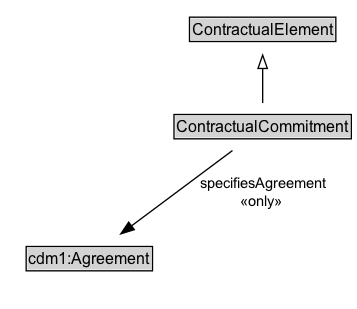
The Graphviz diagram docs/diagrams/ContractualCommitment.dot.png in ISO-TC204/ontology-cdm-p2-v1, before a commit. Its source is kept beside it as docs/diagrams/ContractualCommitment.dot.
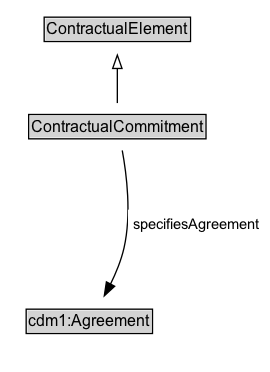
The same diagram one commit later.

Diff of the diagram source:
```diff
@@ -3,18 +3,21 @@
 	node [fontname=Arial fontsize=12 margin=0 shape=none]
 	edge [fontname=Arial fontsize=11]
 	{
+		rank=source
+		ContractualElement [label=<<TABLE BORDER="1" CELLBORDER="0" CELLSPACING="0" CELLPADDING="1"><TR><TD BGCOLOR="lightgray" ALIGN="CENTER">ContractualElement</TD></TR></TABLE>> URL="../ContractualElement" margin=0]
+	}
+	ContractualCommitment [label=<<TABLE BORDER="1" CELLBORDER="0" CELLSPACING="0" CELLPADDING="1"><TR><TD BGCOLOR="lightgray" ALIGN="CENTER">ContractualCommitment</TD></TR></TABLE>> URL="../ContractualCommitment" margin=0]
+	{
 		rank=max
-		ContractualCommitment [label=<<TABLE BORDER="1" CELLBORDER="0" CELLSPACING="0" CELLPADDING="1"><TR><TD BGCOLOR="lightgray" ALIGN="CENTER" PORT="e">ContractualCommitment</TD></TR></TABLE>> URL="../ContractualCommitment.md" margin=0]
 	}
 	subgraph cluster_associated {
 		label="" style=invis
 		Invis [label=<<TABLE BORDER="0" CELLBORDER="0" CELLSPACING="0" CELLPADDING="1"><TR><TD></TD></TR></TABLE>> margin=0 style=invis]
-		cdm1_Agreement [label=<<TABLE BORDER="1" CELLBORDER="0" CELLSPACING="0" CELLPADDING="1"><TR><TD BGCOLOR="lightgray" ALIGN="CENTER">cdm1:Agreement</TD></TR></TABLE>> margin=0]
+		cdm1_Agreement [label=<<TABLE BORDER="1" CELLBORDER="0" CELLSPACING="0" CELLPADDING="1"><TR><TD BGCOLOR="lightgray" ALIGN="CENTER">cdm1:Agreement</TD></TR></TABLE>> URL="https://w3id.org/citydata/part1/v1/Agreement" margin=0]
 	}
-	ContractualElement [label=<<TABLE BORDER="1" CELLBORDER="0" CELLSPACING="0" CELLPADDING="1"><TR><TD BGCOLOR="lightgray" ALIGN="CENTER">ContractualElement</TD></TR></TABLE>> URL="../ContractualElement.md" margin=0]
 	ContractualCommitment -> ContractualElement [arrowhead=onormal style=solid]
 	ContractualCommitment -> Invis [style=invis]
 	Invis -> cdm1_Agreement [style=invis]
-	ContractualCommitment -> cdm1_Agreement [label=" specifiesAgreement
- «only»  " arrowhead=normal style=solid]
+	cdm1_Agreement [label=<<TABLE BORDER="1" CELLBORDER="0" CELLSPACING="0" CELLPADDING="1"><TR><TD BGCOLOR="lightgray" ALIGN="CENTER">cdm1:Agreement</TD></TR></TABLE>> URL="https://w3id.org/citydata/part1/v1/Agreement" margin=0]
+	ContractualCommitment -> cdm1_Agreement [label=<<TABLE BORDER="0" CELLBORDER="0" CELLSPACING="0" CELLPADDING="4" BGCOLOR="white"><TR><TD ALIGN="CENTER">specifiesAgreement</TD></TR></TABLE>> arrowhead=normal style=solid]
 }
```
